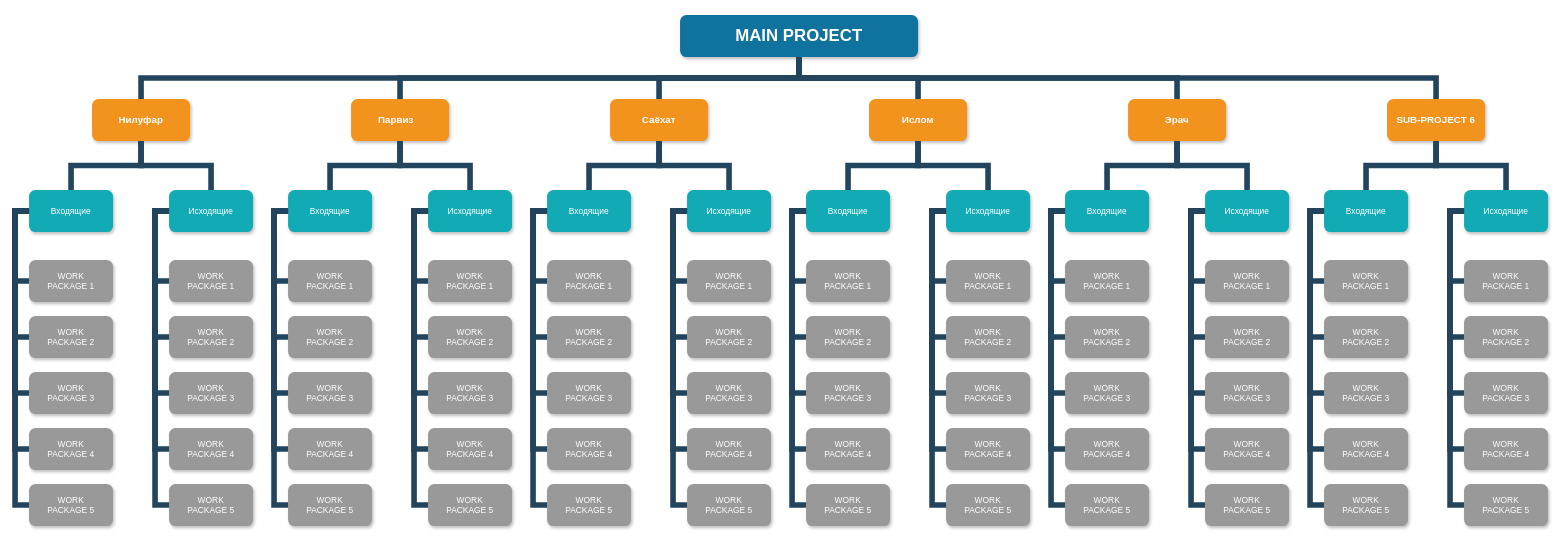
Earlier version of the draw.io diagram Untitled Diagram.drawio (Mjamolov/Shop). Source tidied: cells renumbered, new cells numbered last; positions are measured from the earlier drawing's top-left corner, leaving out a move shared by most shapes. Both pictures are drawn from the tidied source at 70%, with x=0, y=0 at pixel (15, 15).
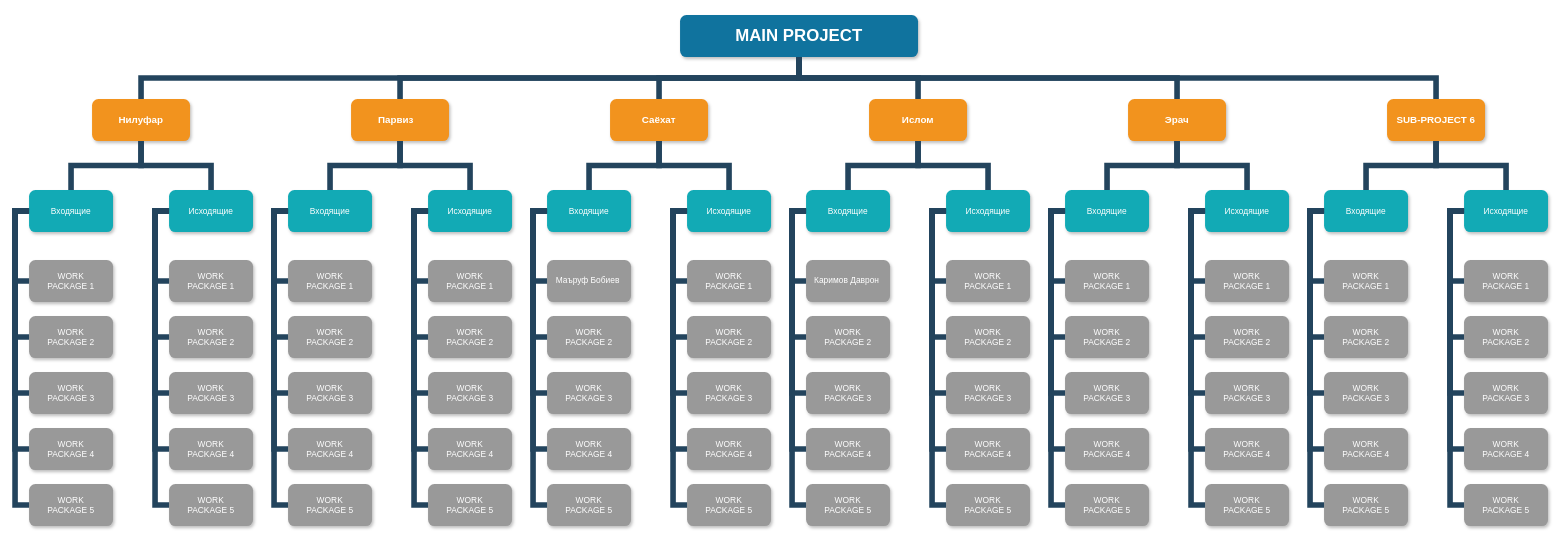
The same page after the edit.

Diff of the diagram source:
```diff
@@
-    <mxCell id="59" value="WORK&#10;PACKAGE 1" style="whiteSpace=wrap;rounded=1;fillColor=#999999;strokeColor=none;shadow=1;fontColor=#FFFFFF;fontStyle=0;" parent="1" vertex="1">
+    <mxCell id="59" value="Маъруф Бобиев " style="whiteSpace=wrap;rounded=1;fillColor=#999999;strokeColor=none;shadow=1;fontColor=#FFFFFF;fontStyle=0;" parent="1" vertex="1">
       <mxGeometry x="760" y="350" width="120" height="60" as="geometry" />
     </mxCell>
@@
-    <mxCell id="81" value="WORK&#10;PACKAGE 1" style="whiteSpace=wrap;rounded=1;fillColor=#999999;strokeColor=none;shadow=1;fontColor=#FFFFFF;fontStyle=0;" parent="1" vertex="1">
+    <mxCell id="81" value="Каримов Даврон " style="whiteSpace=wrap;rounded=1;fillColor=#999999;strokeColor=none;shadow=1;fontColor=#FFFFFF;fontStyle=0;" parent="1" vertex="1">
       <mxGeometry x="1130" y="350" width="120" height="60" as="geometry" />
     </mxCell>
```
